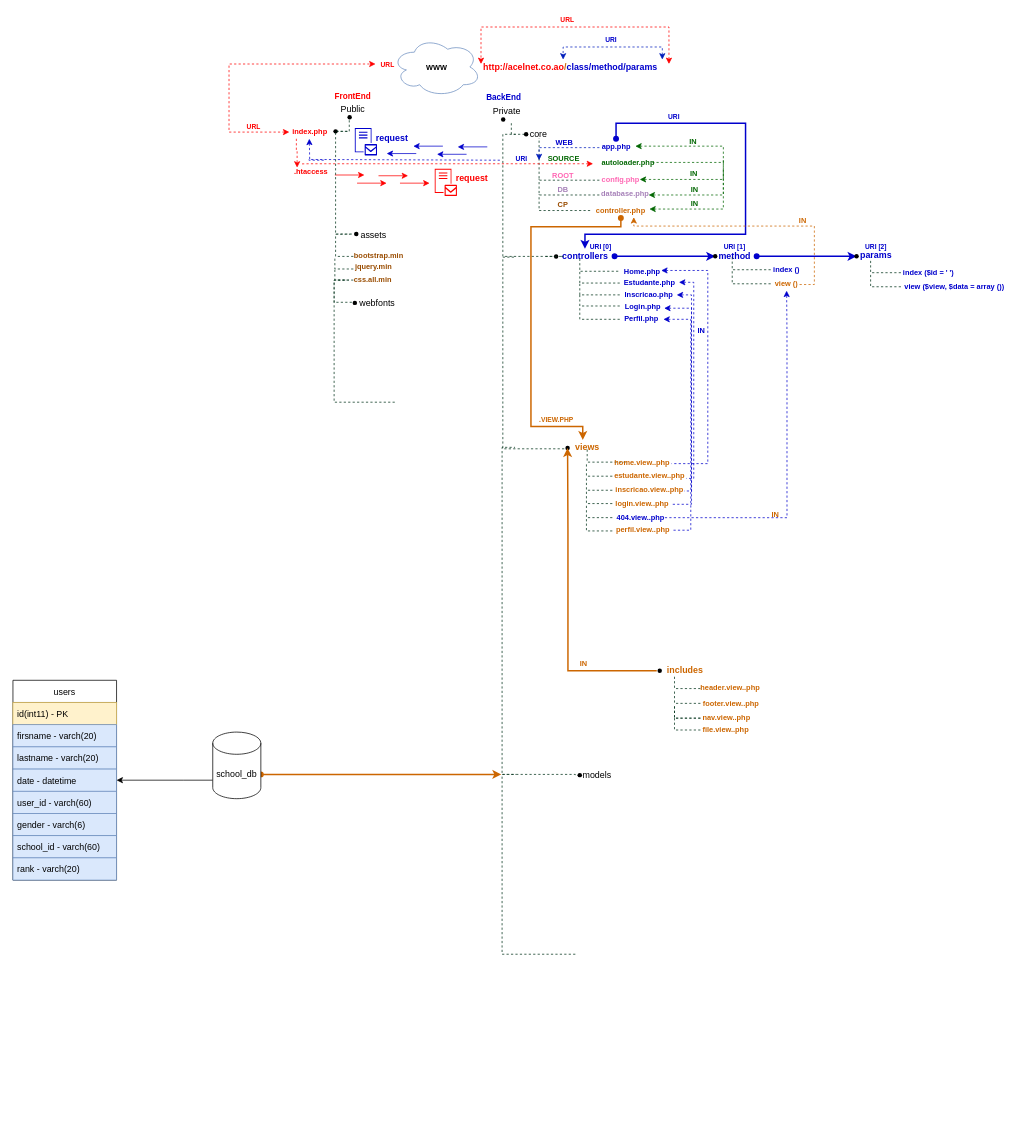
The draw.io diagram material/Diagrama_acelnet_udemy.drawio in acaluege/acelnet_udemy, before the edit. Source tidied: cells renumbered, new cells numbered last; positions are measured from the earlier drawing's top-left corner, leaving out a move shared by most shapes. Both pictures are drawn from the tidied source at 74%, with x=0, y=0 at pixel (13, 13).
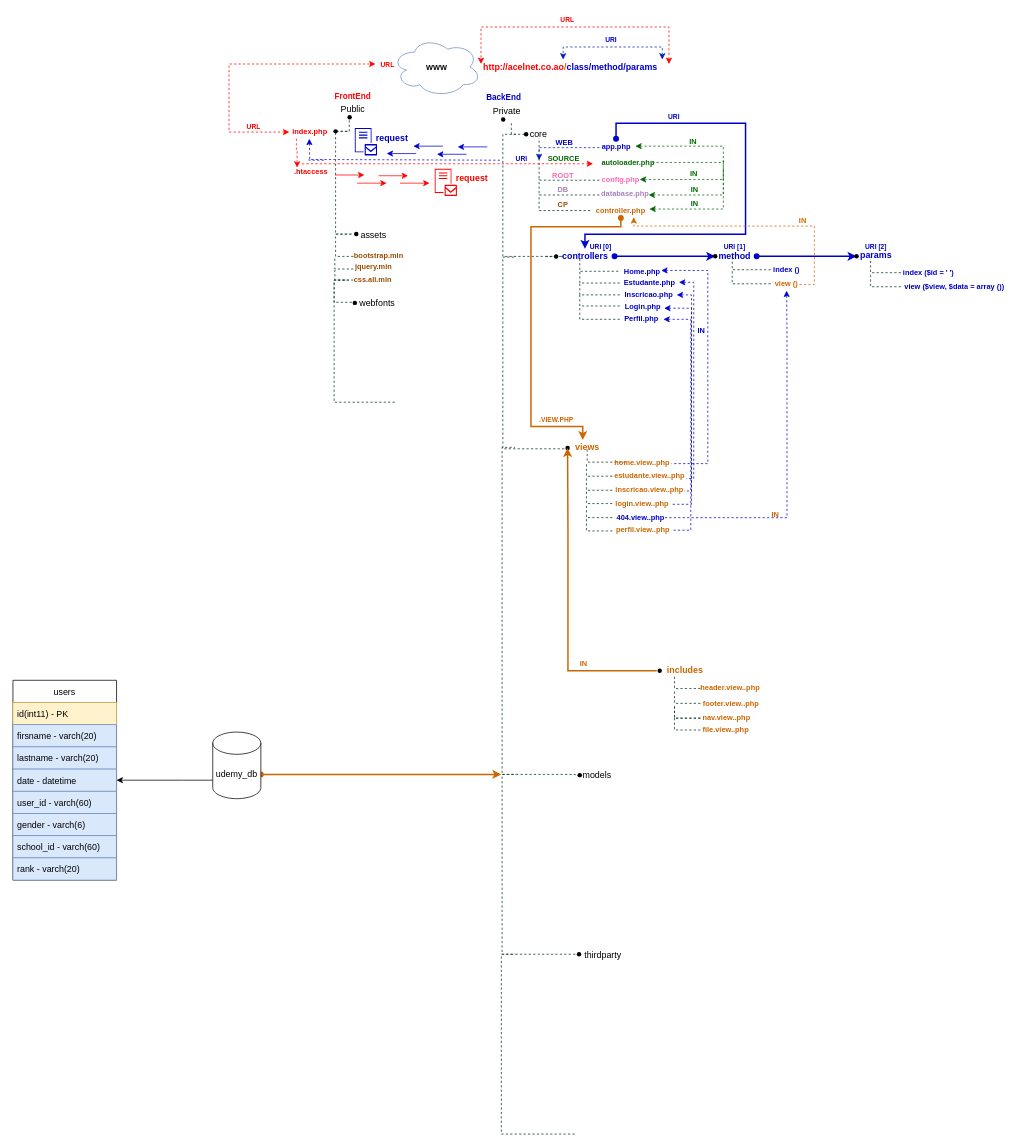
The same page after the edit.

The edit, as a diff of the source:
```diff
@@
-    <mxCell id="141" value="school_db" style="shape=cylinder3;whiteSpace=wrap;html=1;boundedLbl=1;backgroundOutline=1;size=15;" parent="1" vertex="1">
+    <mxCell id="141" value="udemy_db" style="shape=cylinder3;whiteSpace=wrap;html=1;boundedLbl=1;backgroundOutline=1;size=15;" parent="1" vertex="1">
       <mxGeometry x="270" y="971.8" width="65" height="90" as="geometry" />
     </mxCell>
@@
+    <mxCell id="165" style="edgeStyle=orthogonalEdgeStyle;rounded=0;orthogonalLoop=1;jettySize=auto;html=1;dashed=1;startArrow=none;startFill=0;endArrow=none;endFill=0;strokeColor=#00331A;strokeWidth=1;" parent="1" edge="1">
+      <mxGeometry relative="1" as="geometry">
+        <mxPoint x="759" y="1515" as="sourcePoint" />
+        <mxPoint x="679" y="1272" as="targetPoint" />
+        <Array as="points">
+          <mxPoint x="742" y="1515" />
+          <mxPoint x="660" y="1515" />
+          <mxPoint x="660" y="1172" />
+        </Array>
+      </mxGeometry>
+    </mxCell>
+    <mxCell id="166" value="thirdparty" style="text;html=1;align=center;verticalAlign=middle;strokeColor=none;fillColor=none;fontSize=12;" parent="1" vertex="1">
+      <mxGeometry x="762" y="1263" width="70" height="20" as="geometry" />
+    </mxCell>
+    <mxCell id="167" style="shape=waypoint;sketch=0;fillStyle=solid;size=6;fillColor=none;perimeter=centerPerimeter;fontSize=10;" parent="1" vertex="1">
+      <mxGeometry x="745" y="1252" width="40" height="40" as="geometry" />
+    </mxCell>
```
